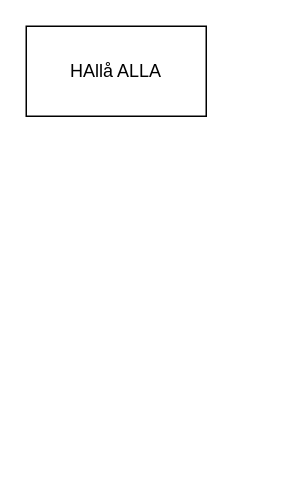
Before: Untitled Diagram.drawio in sjo0911/gruppArbeteMatsedel, a draw.io diagram. Source tidied: cells renumbered, new cells numbered last; positions are measured from the earlier drawing's top-left corner, leaving out a move shared by most shapes. Both pictures are drawn from the tidied source at 150%, with x=0, y=0 at pixel (26, 26).
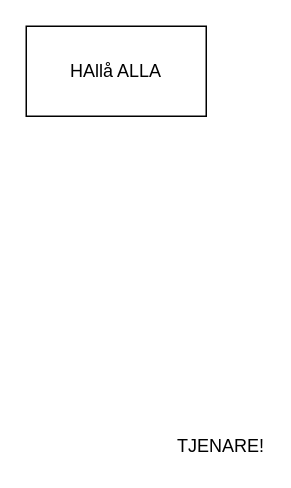
After the change.

What changed in the source:
```diff
@@
 <mxGraphModel>
   <root>
     <mxCell id="0" />
     <mxCell id="1" parent="0" />
     <mxCell id="2" value="HAllå ALLA" style="rounded=0;whiteSpace=wrap;html=1;" parent="1" vertex="1">
       <mxGeometry width="120" height="60" as="geometry" />
     </mxCell>
+    <mxCell id="3" value="TJENARE!" style="text;html=1;strokeColor=none;fillColor=none;align=center;verticalAlign=middle;whiteSpace=wrap;rounded=0;" parent="1" vertex="1">
+      <mxGeometry x="110" y="270" width="40" height="20" as="geometry" />
+    </mxCell>
   </root>
 </mxGraphModel>
```
